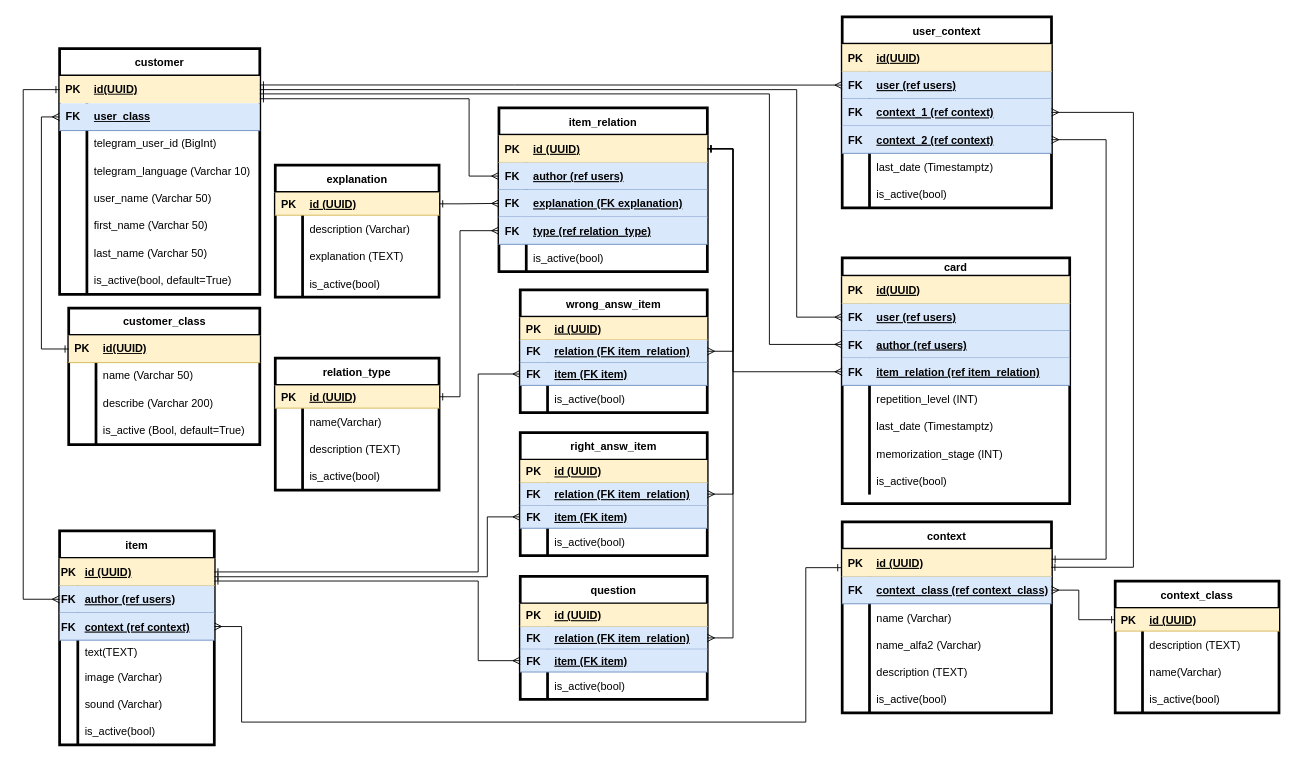
Earlier version of the draw.io diagram doc/db_structure.drawio (essayNEXT/REPETITOR). Source tidied: cells renumbered, new cells numbered last; positions are measured from the earlier drawing's top-left corner, leaving out a move shared by most shapes. Both pictures are drawn from the tidied source at 91%, with x=0, y=0 at pixel (23, 16).
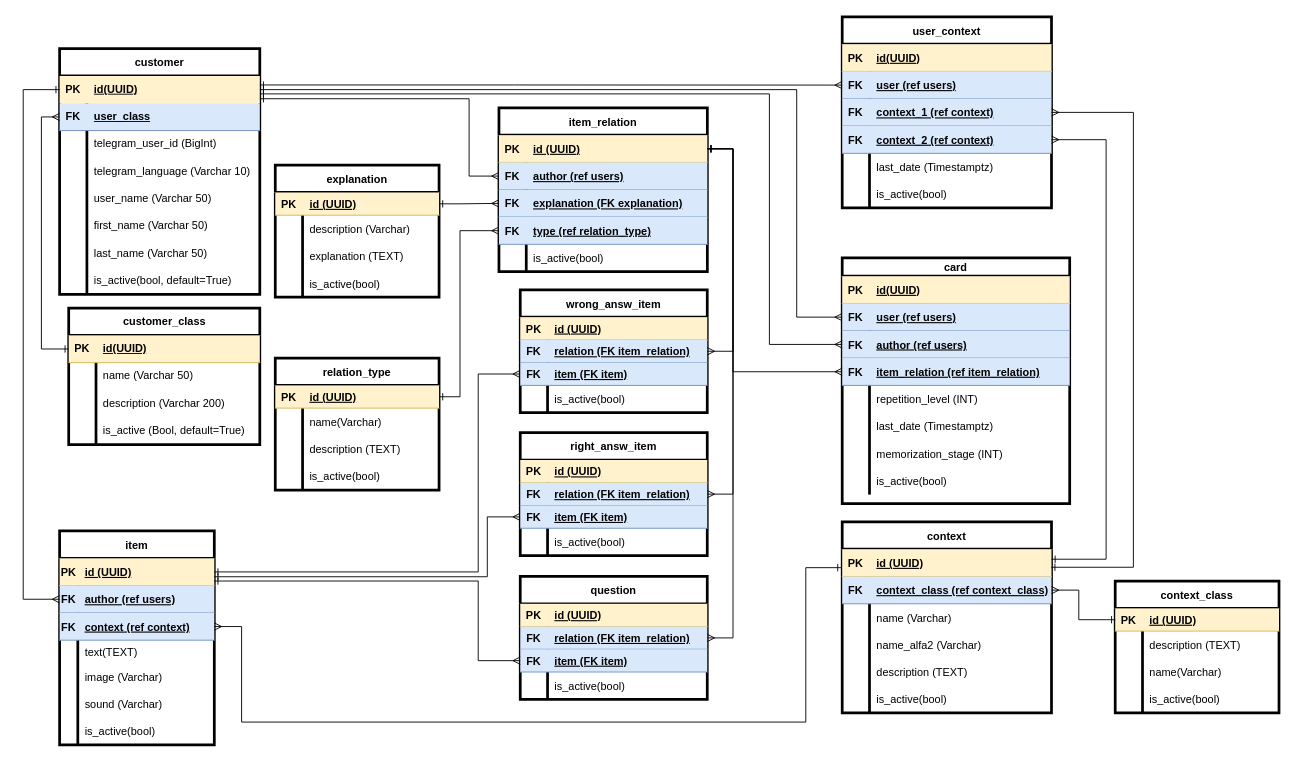
The same diagram, later.

The change refers to these unchanged cells:
```xml
<mxCell id="34" style="shape=tableRow;horizontal=0;startSize=0;swimlaneHead=0;swimlaneBody=0;fillColor=none;top=0;left=0;right=0;bottom=0;" parent="27" vertex="1">
  <mxGeometry y="90" width="210" height="30" as="geometry" />
</mxCell>
```

The edit, as a diff of the source:
```diff
@@
-    <mxCell id="36" value="describe (Varchar 200)" style="shape=partialRectangle;fillColor=none;top=0;left=0;bottom=0;right=0;align=left;spacingLeft=6;overflow=hidden;whiteSpace=wrap;html=1;" parent="34" vertex="1">
+    <mxCell id="36" value="description (Varchar 200)" style="shape=partialRectangle;fillColor=none;top=0;left=0;bottom=0;right=0;align=left;spacingLeft=6;overflow=hidden;whiteSpace=wrap;html=1;" parent="34" vertex="1">
       <mxGeometry x="30" width="180" height="30" as="geometry" />
     </mxCell>
```
